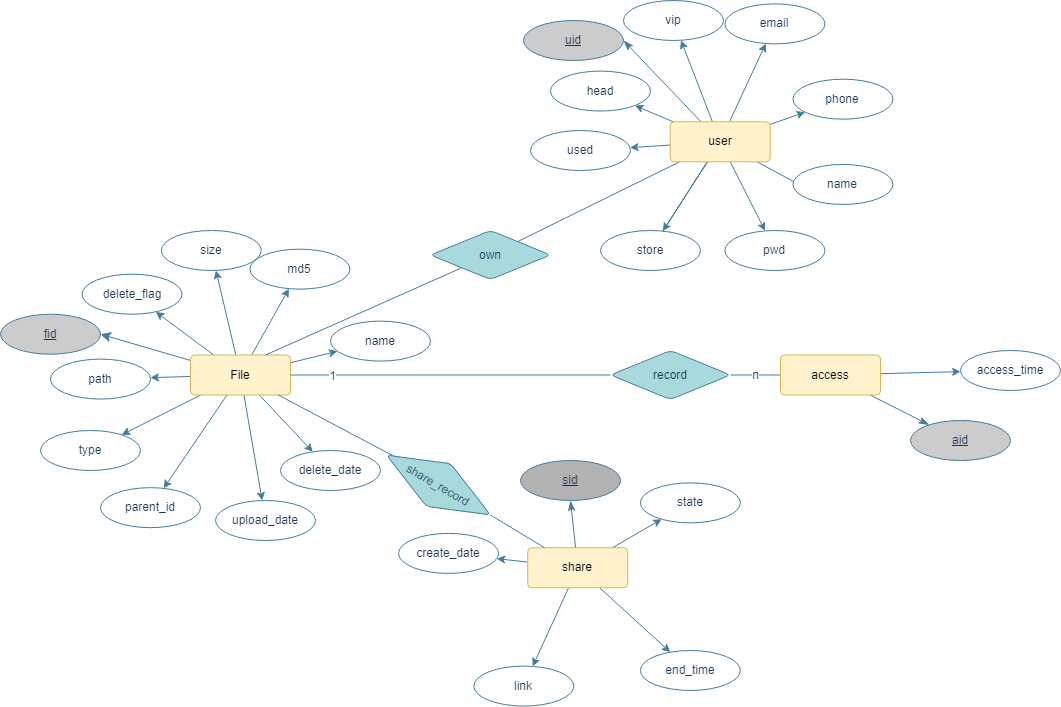
This is CWZN/数据库E-R图.drawio.png from FEDuang/pictures, a draw.io export, as it was before one commit. Source tidied: cells renumbered, new cells last; positions are measured from the earlier drawing's top-left corner, leaving out a move shared by most shapes.
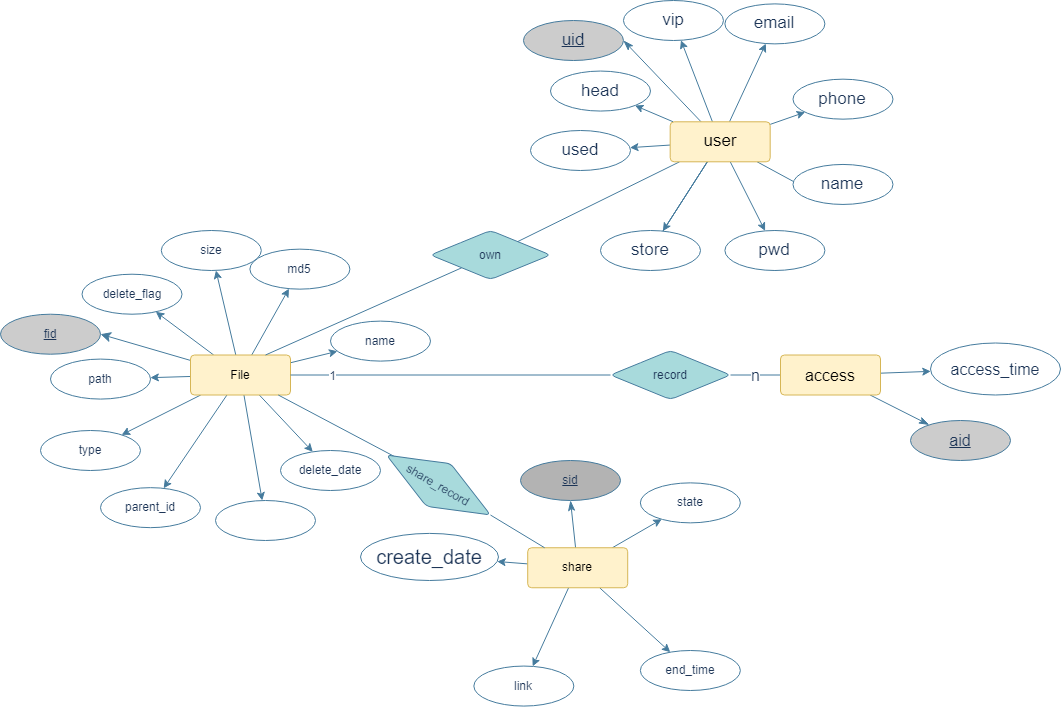
Later version of the same file.

Commit message:
更新数据库E-R图.drawio.png

Change to the diagram source:
```diff
@@ -20,7 +20,7 @@
     <mxCell id="7" value="type" style="ellipse;whiteSpace=wrap;html=1;align=center;rounded=0;sketch=0;fontColor=#1D3557;strokeColor=#457B9D;fillColor=#FFFFFF;" parent="1" vertex="1">
       <mxGeometry x="40" y="430" width="100" height="40" as="geometry" />
     </mxCell>
-    <mxCell id="8" value="upload_date&lt;span style=&quot;color: rgba(0, 0, 0, 0); font-family: monospace; font-size: 0px; text-align: start;&quot;&gt;%3CmxGraphModel%3E%3Croot%3E%3CmxCell%20id%3D%220%22%2F%3E%3CmxCell%20id%3D%221%22%20parent%3D%220%22%2F%3E%3CmxCell%20id%3D%222%22%20value%3D%22name%22%20style%3D%22ellipse%3BwhiteSpace%3Dwrap%3Bhtml%3D1%3Balign%3Dcenter%3Brounded%3D0%3Bsketch%3D0%3BfontColor%3D%231D3557%3BstrokeColor%3D%23457B9D%3BfillColor%3D%23FFFFFF%3B%22%20vertex%3D%221%22%20parent%3D%221%22%3E%3CmxGeometry%20x%3D%2280%22%20y%3D%2290%22%20width%3D%22100%22%20height%3D%2240%22%20as%3D%22geometry%22%2F%3E%3C%2FmxCell%3E%3C%2Froot%3E%3C%2FmxGraphModel%3E&lt;/span&gt;" style="ellipse;whiteSpace=wrap;html=1;align=center;rounded=0;sketch=0;fontColor=#1D3557;strokeColor=#457B9D;fillColor=#FFFFFF;" parent="1" vertex="1">
+    <mxCell id="8" style="ellipse;whiteSpace=wrap;html=1;align=center;rounded=0;sketch=0;fontColor=#1D3557;strokeColor=#457B9D;fillColor=#FFFFFF;fontSize=12;" parent="1" vertex="1">
       <mxGeometry x="215" y="500" width="100" height="40" as="geometry" />
     </mxCell>
     <mxCell id="9" value="delete_date" style="ellipse;whiteSpace=wrap;html=1;align=center;rounded=0;sketch=0;fontColor=#1D3557;strokeColor=#457B9D;fillColor=#FFFFFF;" parent="1" vertex="1">
@@ -66,89 +66,89 @@
       <mxGeometry y="313.7" width="100" height="40" as="geometry" />
     </mxCell>
     <mxCell id="23" value="user" parent="0" />
-    <mxCell id="24" style="edgeStyle=none;rounded=1;sketch=0;jettySize=auto;html=1;entryX=0.41;entryY=0.975;entryDx=0;entryDy=0;entryPerimeter=0;fontColor=#1D3557;strokeColor=#457B9D;fillColor=#A8DADC;noEdgeStyle=1;" parent="23" edge="1" source="36" target="37">
+    <mxCell id="24" style="edgeStyle=none;rounded=1;sketch=0;jettySize=auto;html=1;entryX=0.41;entryY=0.975;entryDx=0;entryDy=0;entryPerimeter=0;fontColor=#1D3557;strokeColor=#457B9D;fillColor=#A8DADC;noEdgeStyle=1;fontSize=17;" parent="23" edge="1" source="36" target="37">
       <mxGeometry relative="1" as="geometry" />
     </mxCell>
-    <mxCell id="25" style="edgeStyle=none;rounded=1;sketch=0;jettySize=auto;html=1;fontColor=#1D3557;strokeColor=#457B9D;fillColor=#A8DADC;noEdgeStyle=1;" parent="23" edge="1" source="36" target="38">
+    <mxCell id="25" style="edgeStyle=none;rounded=1;sketch=0;jettySize=auto;html=1;fontColor=#1D3557;strokeColor=#457B9D;fillColor=#A8DADC;noEdgeStyle=1;fontSize=17;" parent="23" edge="1" source="36" target="38">
       <mxGeometry relative="1" as="geometry" />
     </mxCell>
-    <mxCell id="26" style="edgeStyle=none;rounded=1;sketch=0;jettySize=auto;html=1;fontColor=#1D3557;strokeColor=#457B9D;fillColor=#A8DADC;noEdgeStyle=1;" parent="23" edge="1" source="36" target="39">
+    <mxCell id="26" style="edgeStyle=none;rounded=1;sketch=0;jettySize=auto;html=1;fontColor=#1D3557;strokeColor=#457B9D;fillColor=#A8DADC;noEdgeStyle=1;fontSize=17;" parent="23" edge="1" source="36" target="39">
       <mxGeometry relative="1" as="geometry" />
     </mxCell>
-    <mxCell id="27" style="edgeStyle=none;rounded=1;sketch=0;jettySize=auto;html=1;fontColor=#1D3557;strokeColor=#457B9D;fillColor=#A8DADC;noEdgeStyle=1;" parent="23" edge="1" source="36" target="40">
+    <mxCell id="27" style="edgeStyle=none;rounded=1;sketch=0;jettySize=auto;html=1;fontColor=#1D3557;strokeColor=#457B9D;fillColor=#A8DADC;noEdgeStyle=1;fontSize=17;" parent="23" edge="1" source="36" target="40">
       <mxGeometry relative="1" as="geometry" />
     </mxCell>
-    <mxCell id="28" style="edgeStyle=none;rounded=1;sketch=0;jettySize=auto;html=1;fontColor=#1D3557;strokeColor=#457B9D;fillColor=#A8DADC;noEdgeStyle=1;" parent="23" edge="1" source="36" target="42">
+    <mxCell id="28" style="edgeStyle=none;rounded=1;sketch=0;jettySize=auto;html=1;fontColor=#1D3557;strokeColor=#457B9D;fillColor=#A8DADC;noEdgeStyle=1;fontSize=17;" parent="23" edge="1" source="36" target="42">
       <mxGeometry relative="1" as="geometry" />
     </mxCell>
-    <mxCell id="29" style="edgeStyle=none;rounded=1;sketch=0;jettySize=auto;html=1;fontColor=#1D3557;strokeColor=#457B9D;fillColor=#A8DADC;noEdgeStyle=1;" parent="23" edge="1" source="36" target="41">
+    <mxCell id="29" style="edgeStyle=none;rounded=1;sketch=0;jettySize=auto;html=1;fontColor=#1D3557;strokeColor=#457B9D;fillColor=#A8DADC;noEdgeStyle=1;fontSize=17;" parent="23" edge="1" source="36" target="41">
       <mxGeometry relative="1" as="geometry" />
     </mxCell>
-    <mxCell id="30" style="edgeStyle=none;rounded=1;sketch=0;jettySize=auto;html=1;fontColor=#1D3557;strokeColor=#457B9D;fillColor=#A8DADC;noEdgeStyle=1;" parent="23" edge="1" source="36" target="44">
+    <mxCell id="30" style="edgeStyle=none;rounded=1;sketch=0;jettySize=auto;html=1;fontColor=#1D3557;strokeColor=#457B9D;fillColor=#A8DADC;noEdgeStyle=1;fontSize=17;" parent="23" edge="1" source="36" target="44">
       <mxGeometry relative="1" as="geometry" />
     </mxCell>
-    <mxCell id="31" style="edgeStyle=none;rounded=1;sketch=0;jettySize=auto;html=1;fontColor=#1D3557;strokeColor=#457B9D;fillColor=#A8DADC;noEdgeStyle=1;" parent="23" edge="1" source="36" target="43">
+    <mxCell id="31" style="edgeStyle=none;rounded=1;sketch=0;jettySize=auto;html=1;fontColor=#1D3557;strokeColor=#457B9D;fillColor=#A8DADC;noEdgeStyle=1;fontSize=17;" parent="23" edge="1" source="36" target="43">
       <mxGeometry relative="1" as="geometry" />
     </mxCell>
-    <mxCell id="32" style="edgeStyle=none;rounded=1;sketch=0;jettySize=auto;html=1;fontColor=#1D3557;endArrow=none;endFill=0;strokeColor=#457B9D;fillColor=#A8DADC;" parent="23" edge="1" source="36" target="39">
+    <mxCell id="32" style="edgeStyle=none;rounded=1;sketch=0;jettySize=auto;html=1;fontColor=#1D3557;endArrow=none;endFill=0;strokeColor=#457B9D;fillColor=#A8DADC;fontSize=17;" parent="23" edge="1" source="36" target="39">
       <mxGeometry relative="1" as="geometry" />
     </mxCell>
-    <mxCell id="33" style="edgeStyle=none;rounded=1;sketch=0;jettySize=auto;html=1;fontColor=#1D3557;endArrow=none;endFill=0;strokeColor=#457B9D;fillColor=#A8DADC;" parent="23" edge="1" source="36" target="39">
+    <mxCell id="33" style="edgeStyle=none;rounded=1;sketch=0;jettySize=auto;html=1;fontColor=#1D3557;endArrow=none;endFill=0;strokeColor=#457B9D;fillColor=#A8DADC;fontSize=17;" parent="23" edge="1" source="36" target="39">
       <mxGeometry relative="1" as="geometry" />
     </mxCell>
-    <mxCell id="34" style="edgeStyle=none;rounded=1;sketch=0;jettySize=auto;html=1;fontColor=#1D3557;endArrow=none;endFill=0;strokeColor=#457B9D;fillColor=#A8DADC;" parent="23" edge="1" source="36" target="68">
+    <mxCell id="34" style="edgeStyle=none;rounded=1;sketch=0;jettySize=auto;html=1;fontColor=#1D3557;endArrow=none;endFill=0;strokeColor=#457B9D;fillColor=#A8DADC;fontSize=17;" parent="23" edge="1" source="36" target="68">
       <mxGeometry relative="1" as="geometry" />
     </mxCell>
-    <mxCell id="35" style="edgeStyle=none;rounded=0;jettySize=auto;html=1;entryX=1;entryY=0.5;entryDx=0;entryDy=0;fontSize=12;endArrow=classicThin;endFill=1;endSize=8;strokeColor=#457B9D;strokeWidth=1;" parent="23" edge="1" source="36" target="45">
+    <mxCell id="35" style="edgeStyle=none;rounded=0;jettySize=auto;html=1;entryX=1;entryY=0.5;entryDx=0;entryDy=0;fontSize=17;endArrow=classicThin;endFill=1;endSize=8;strokeColor=#457B9D;strokeWidth=1;" parent="23" edge="1" source="36" target="45">
       <mxGeometry relative="1" as="geometry" />
     </mxCell>
-    <mxCell id="36" value="user" style="rounded=1;arcSize=10;whiteSpace=wrap;html=1;align=center;fillColor=#fff2cc;strokeColor=#d6b656;" parent="23" vertex="1">
+    <mxCell id="36" value="user" style="rounded=1;arcSize=10;whiteSpace=wrap;html=1;align=center;fillColor=#fff2cc;strokeColor=#d6b656;fontSize=17;" parent="23" vertex="1">
       <mxGeometry x="669.7" y="121.3" width="100" height="40" as="geometry" />
     </mxCell>
-    <mxCell id="37" value="name" style="ellipse;whiteSpace=wrap;html=1;align=center;rounded=0;sketch=0;fontColor=#1D3557;strokeColor=#457B9D;fillColor=#FFFFFF;" parent="23" vertex="1">
+    <mxCell id="37" value="name" style="ellipse;whiteSpace=wrap;html=1;align=center;rounded=0;sketch=0;fontColor=#1D3557;strokeColor=#457B9D;fillColor=#FFFFFF;fontSize=17;" parent="23" vertex="1">
       <mxGeometry x="792.5" y="164" width="100" height="40" as="geometry" />
     </mxCell>
-    <mxCell id="38" value="pwd" style="ellipse;whiteSpace=wrap;html=1;align=center;rounded=0;sketch=0;fontColor=#1D3557;strokeColor=#457B9D;fillColor=#FFFFFF;" parent="23" vertex="1">
+    <mxCell id="38" value="pwd" style="ellipse;whiteSpace=wrap;html=1;align=center;rounded=0;sketch=0;fontColor=#1D3557;strokeColor=#457B9D;fillColor=#FFFFFF;fontSize=17;" parent="23" vertex="1">
       <mxGeometry x="724.4" y="230" width="100" height="40" as="geometry" />
     </mxCell>
-    <mxCell id="39" value="store" style="ellipse;whiteSpace=wrap;html=1;align=center;rounded=0;sketch=0;fontColor=#1D3557;strokeColor=#457B9D;fillColor=#FFFFFF;" parent="23" vertex="1">
+    <mxCell id="39" value="store" style="ellipse;whiteSpace=wrap;html=1;align=center;rounded=0;sketch=0;fontColor=#1D3557;strokeColor=#457B9D;fillColor=#FFFFFF;fontSize=17;" parent="23" vertex="1">
       <mxGeometry x="600" y="230" width="100" height="40" as="geometry" />
     </mxCell>
-    <mxCell id="40" value="used" style="ellipse;whiteSpace=wrap;html=1;align=center;rounded=0;sketch=0;fontColor=#1D3557;strokeColor=#457B9D;fillColor=#FFFFFF;" parent="23" vertex="1">
+    <mxCell id="40" value="used" style="ellipse;whiteSpace=wrap;html=1;align=center;rounded=0;sketch=0;fontColor=#1D3557;strokeColor=#457B9D;fillColor=#FFFFFF;fontSize=17;" parent="23" vertex="1">
       <mxGeometry x="530" y="130" width="100" height="40" as="geometry" />
     </mxCell>
-    <mxCell id="41" value="vip" style="ellipse;whiteSpace=wrap;html=1;align=center;rounded=0;sketch=0;fontColor=#1D3557;strokeColor=#457B9D;fillColor=#FFFFFF;" parent="23" vertex="1">
+    <mxCell id="41" value="vip" style="ellipse;whiteSpace=wrap;html=1;align=center;rounded=0;sketch=0;fontColor=#1D3557;strokeColor=#457B9D;fillColor=#FFFFFF;fontSize=17;" parent="23" vertex="1">
       <mxGeometry x="623" width="100" height="40" as="geometry" />
     </mxCell>
-    <mxCell id="42" value="head" style="ellipse;whiteSpace=wrap;html=1;align=center;rounded=0;sketch=0;fontColor=#1D3557;strokeColor=#457B9D;fillColor=#FFFFFF;" parent="23" vertex="1">
+    <mxCell id="42" value="head" style="ellipse;whiteSpace=wrap;html=1;align=center;rounded=0;sketch=0;fontColor=#1D3557;strokeColor=#457B9D;fillColor=#FFFFFF;fontSize=17;" parent="23" vertex="1">
       <mxGeometry x="550" y="70.6" width="100" height="40" as="geometry" />
     </mxCell>
-    <mxCell id="43" value="phone" style="ellipse;whiteSpace=wrap;html=1;align=center;rounded=0;sketch=0;fontColor=#1D3557;strokeColor=#457B9D;fillColor=#FFFFFF;" parent="23" vertex="1">
+    <mxCell id="43" value="phone" style="ellipse;whiteSpace=wrap;html=1;align=center;rounded=0;sketch=0;fontColor=#1D3557;strokeColor=#457B9D;fillColor=#FFFFFF;fontSize=17;" parent="23" vertex="1">
       <mxGeometry x="792.5" y="78.7" width="100" height="40" as="geometry" />
     </mxCell>
-    <mxCell id="44" value="email" style="ellipse;whiteSpace=wrap;html=1;align=center;rounded=0;sketch=0;fontColor=#1D3557;strokeColor=#457B9D;fillColor=#FFFFFF;" parent="23" vertex="1">
+    <mxCell id="44" value="email" style="ellipse;whiteSpace=wrap;html=1;align=center;rounded=0;sketch=0;fontColor=#1D3557;strokeColor=#457B9D;fillColor=#FFFFFF;fontSize=17;" parent="23" vertex="1">
       <mxGeometry x="724.4" y="3.4" width="100" height="40" as="geometry" />
     </mxCell>
-    <mxCell id="45" value="&lt;u&gt;uid&lt;/u&gt;" style="ellipse;whiteSpace=wrap;html=1;align=center;rounded=0;sketch=0;fontColor=#1D3557;strokeColor=#457B9D;fillColor=#CCCCCC;" parent="23" vertex="1">
+    <mxCell id="45" value="&lt;u style=&quot;font-size: 17px;&quot;&gt;uid&lt;/u&gt;" style="ellipse;whiteSpace=wrap;html=1;align=center;rounded=0;sketch=0;fontColor=#1D3557;strokeColor=#457B9D;fillColor=#CCCCCC;fontSize=17;" parent="23" vertex="1">
       <mxGeometry x="523" y="20" width="100" height="40" as="geometry" />
     </mxCell>
     <mxCell id="46" value="access" parent="0" />
-    <mxCell id="47" style="edgeStyle=none;rounded=1;sketch=0;jettySize=auto;html=1;fontColor=#1D3557;strokeColor=#457B9D;fillColor=#A8DADC;" parent="46" edge="1" source="50" target="51">
+    <mxCell id="47" style="edgeStyle=none;rounded=1;sketch=0;jettySize=auto;html=1;fontColor=#1D3557;strokeColor=#457B9D;fillColor=#A8DADC;fontSize=16;" parent="46" edge="1" source="50" target="51">
       <mxGeometry relative="1" as="geometry" />
     </mxCell>
-    <mxCell id="48" value="n" style="edgeStyle=none;rounded=1;sketch=0;jettySize=auto;html=1;fontColor=#1D3557;strokeColor=#457B9D;fillColor=#A8DADC;endArrow=none;endFill=0;" parent="46" edge="1" source="50" target="66">
+    <mxCell id="48" value="n" style="edgeStyle=none;rounded=1;sketch=0;jettySize=auto;html=1;fontColor=#1D3557;strokeColor=#457B9D;fillColor=#A8DADC;endArrow=none;endFill=0;fontSize=16;" parent="46" edge="1" source="50" target="66">
       <mxGeometry relative="1" as="geometry" />
     </mxCell>
-    <mxCell id="49" style="edgeStyle=none;rounded=0;jettySize=auto;html=1;fontSize=12;endArrow=classicThin;endFill=1;endSize=8;strokeColor=#457B9D;strokeWidth=1;" parent="46" edge="1" source="50" target="52">
+    <mxCell id="49" style="edgeStyle=none;rounded=0;jettySize=auto;html=1;fontSize=16;endArrow=classicThin;endFill=1;endSize=8;strokeColor=#457B9D;strokeWidth=1;" parent="46" edge="1" source="50" target="52">
       <mxGeometry relative="1" as="geometry" />
     </mxCell>
-    <mxCell id="50" value="access" style="rounded=1;arcSize=10;whiteSpace=wrap;html=1;align=center;fillColor=#fff2cc;strokeColor=#d6b656;" parent="46" vertex="1">
+    <mxCell id="50" value="access" style="rounded=1;arcSize=10;whiteSpace=wrap;html=1;align=center;fillColor=#fff2cc;strokeColor=#d6b656;fontSize=16;" parent="46" vertex="1">
       <mxGeometry x="780" y="354.5" width="100" height="40" as="geometry" />
     </mxCell>
-    <mxCell id="51" value="access_time" style="ellipse;whiteSpace=wrap;html=1;align=center;rounded=0;sketch=0;fontColor=#1D3557;strokeColor=#457B9D;fillColor=#FFFFFF;" parent="46" vertex="1">
-      <mxGeometry x="960" y="350" width="100" height="40" as="geometry" />
+    <mxCell id="51" value="access_time" style="ellipse;whiteSpace=wrap;html=1;align=center;rounded=0;sketch=0;fontColor=#1D3557;strokeColor=#457B9D;fillColor=#FFFFFF;fontSize=16;" parent="46" vertex="1">
+      <mxGeometry x="930" y="342.5" width="130" height="52" as="geometry" />
     </mxCell>
-    <mxCell id="52" value="&lt;u&gt;aid&lt;/u&gt;" style="ellipse;whiteSpace=wrap;html=1;align=center;rounded=0;sketch=0;fontColor=#1D3557;strokeColor=#457B9D;fillColor=#CCCCCC;" parent="46" vertex="1">
+    <mxCell id="52" value="&lt;u style=&quot;font-size: 16px;&quot;&gt;aid&lt;/u&gt;" style="ellipse;whiteSpace=wrap;html=1;align=center;rounded=0;sketch=0;fontColor=#1D3557;strokeColor=#457B9D;fillColor=#CCCCCC;fontSize=16;" parent="46" vertex="1">
       <mxGeometry x="910" y="420" width="100" height="40" as="geometry" />
     </mxCell>
     <mxCell id="53" value="share" parent="0" />
@@ -173,8 +173,8 @@
     <mxCell id="60" value="link" style="ellipse;whiteSpace=wrap;html=1;align=center;rounded=0;sketch=0;fontColor=#1D3557;strokeColor=#457B9D;fillColor=#FFFFFF;" parent="53" vertex="1">
       <mxGeometry x="473.3" y="665.6" width="100" height="40" as="geometry" />
     </mxCell>
-    <mxCell id="61" value="create_date&lt;span style=&quot;color: rgba(0, 0, 0, 0); font-family: monospace; font-size: 0px; text-align: start;&quot;&gt;%3CmxGraphModel%3E%3Croot%3E%3CmxCell%20id%3D%220%22%2F%3E%3CmxCell%20id%3D%221%22%20parent%3D%220%22%2F%3E%3CmxCell%20id%3D%222%22%20value%3D%22link%22%20style%3D%22ellipse%3BwhiteSpace%3Dwrap%3Bhtml%3D1%3Balign%3Dcenter%3Brounded%3D0%3Bsketch%3D0%3BfontColor%3D%231D3557%3BstrokeColor%3D%23457B9D%3BfillColor%3D%23FFFFFF%3B%22%20vertex%3D%221%22%20parent%3D%221%22%3E%3CmxGeometry%20x%3D%22130%22%20y%3D%22420%22%20width%3D%22100%22%20height%3D%2240%22%20as%3D%22geometry%22%2F%3E%3C%2FmxCell%3E%3C%2Froot%3E%3C%2FmxGraphModel%3E&lt;/span&gt;" style="ellipse;whiteSpace=wrap;html=1;align=center;rounded=0;sketch=0;fontColor=#1D3557;strokeColor=#457B9D;fillColor=#FFFFFF;" parent="53" vertex="1">
-      <mxGeometry x="398" y="532.9" width="100" height="40" as="geometry" />
+    <mxCell id="61" value="&lt;div style=&quot;text-align: center; font-size: 20px;&quot;&gt;&lt;span style=&quot;&quot;&gt;create_date&lt;/span&gt;&lt;br&gt;&lt;/div&gt;" style="ellipse;whiteSpace=wrap;html=1;align=center;rounded=0;sketch=0;fontColor=#1D3557;strokeColor=#457B9D;fillColor=#FFFFFF;" parent="53" vertex="1">
+      <mxGeometry x="360" y="532.9" width="138" height="47.1" as="geometry" />
     </mxCell>
     <mxCell id="62" value="end_time" style="ellipse;whiteSpace=wrap;html=1;align=center;rounded=0;sketch=0;fontColor=#1D3557;strokeColor=#457B9D;fillColor=#FFFFFF;" parent="53" vertex="1">
       <mxGeometry x="639.9" y="650" width="100" height="40" as="geometry" />
```
